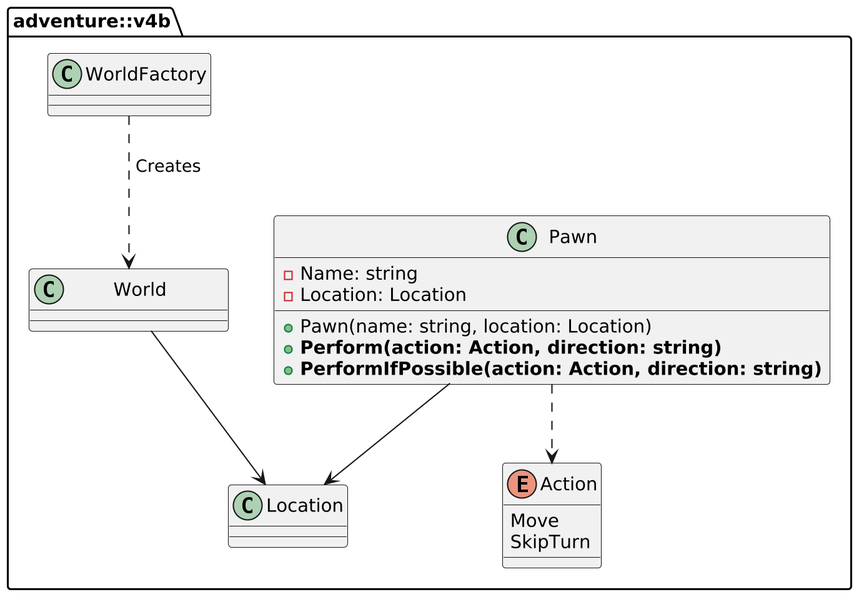
This is Folien/Notebooks/Code-Along/Woche 3/img/adventure-v4b-overview.png from Coding-Academy-Munich/csharp-clean-code-de, a PlantUML export, as it was before one commit.
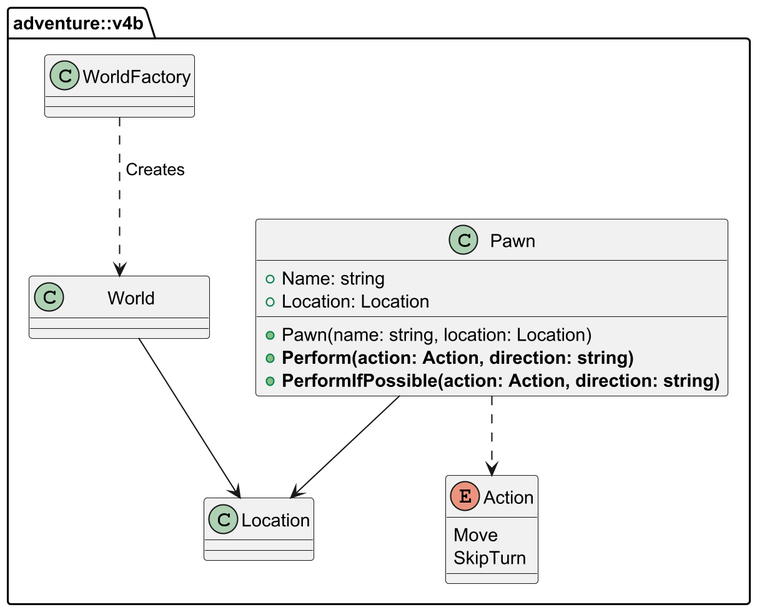
Above is the later version.

What changed in the source:
```diff
@@ -4,11 +4,11 @@
 namespace adventure::v4b {
 
     class Pawn {
-        -Name: string
-        -Location: Location
+        +Name: string
+        +Location: Location
         +Pawn(name: string, location: Location)
-        + <b>Perform(action: Action, direction: string)</b>
-        + <b>PerformIfPossible(action: Action, direction: string)</b>
+        +<b>Perform(action: Action, direction: string)</b>
+        +<b>PerformIfPossible(action: Action, direction: string)</b>
     }
 
     enum Action {
```
